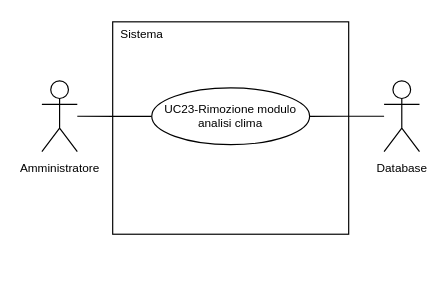
Before: 2-RTB/Documenti_esterni/Analisi_dei_requisiti/draw.io/UC23.drawio in SnakeByteTeam/snakebyteteam.github.io, a draw.io diagram. Source tidied: cells renumbered, new cells numbered last; positions are measured from the earlier drawing's top-left corner, leaving out a move shared by most shapes. Both pictures are drawn from the tidied source at 118%, with x=0, y=0 at pixel (41, 21).
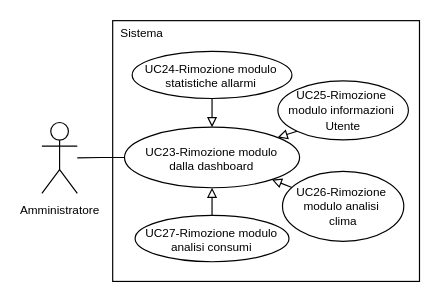
The same diagram, later.

The edit, as a diff of the source:
```diff
@@
 <mxGraphModel>
   <root>
     <mxCell id="0" />
     <mxCell id="1" parent="0" />
     <mxCell id="2" value="&lt;font style=&quot;font-size: 10px; line-height: 100%;&quot;&gt;Amministratore&lt;/font&gt;" style="shape=umlActor;verticalLabelPosition=bottom;verticalAlign=top;html=1;outlineConnect=0;" parent="1" vertex="1">
-      <mxGeometry y="50" width="30" height="60" as="geometry" />
+      <mxGeometry y="85.3" width="30" height="60" as="geometry" />
     </mxCell>
     <mxCell id="3" style="rounded=0;whiteSpace=wrap;html=1;" parent="1" vertex="1">
-      <mxGeometry x="60" width="200" height="180" as="geometry" />
+      <mxGeometry x="60" y="-1" width="260" height="221" as="geometry" />
     </mxCell>
     <mxCell id="4" style="edgeStyle=orthogonalEdgeStyle;rounded=0;jettySize=auto;html=1;exitX=0;exitY=0.5;exitDx=0;exitDy=0;endArrow=none;endFill=0;" parent="1" edge="1" source="5" target="2">
       <mxGeometry relative="1" as="geometry" />
     </mxCell>
-    <mxCell id="5" value="&lt;div style=&quot;line-height: 100%;&quot;&gt;&lt;font style=&quot;line-height: 100%; font-size: 10px;&quot;&gt;UC23-Rimozione modulo&lt;/font&gt;&lt;/div&gt;&lt;div style=&quot;line-height: 100%;&quot;&gt;&lt;span style=&quot;font-size: 10px;&quot;&gt;analisi clima&lt;/span&gt;&lt;/div&gt;" style="ellipse;whiteSpace=wrap;html=1;" parent="1" vertex="1">
-      <mxGeometry x="93.1" y="56" width="133.8" height="48.1" as="geometry" />
+    <mxCell id="5" value="&lt;div style=&quot;line-height: 100%;&quot;&gt;&lt;font style=&quot;line-height: 100%; font-size: 10px;&quot;&gt;UC23-Rimozione modulo&lt;/font&gt;&lt;/div&gt;&lt;div style=&quot;line-height: 100%;&quot;&gt;&lt;font style=&quot;line-height: 100%; font-size: 10px;&quot;&gt;dalla dashboard&lt;/font&gt;&lt;/div&gt;" style="ellipse;whiteSpace=wrap;html=1;" parent="1" vertex="1">
+      <mxGeometry x="70" y="89.3" width="148.4" height="51.3" as="geometry" />
     </mxCell>
     <mxCell id="6" value="&lt;font style=&quot;font-size: 10px;&quot;&gt;Sistema&lt;/font&gt;" style="text;html=1;whiteSpace=wrap;strokeColor=none;fillColor=none;align=center;verticalAlign=middle;rounded=0;" parent="1" vertex="1">
-      <mxGeometry x="60" width="50" height="20" as="geometry" />
+      <mxGeometry x="60" y="-1" width="50" height="20" as="geometry" />
     </mxCell>
-    <mxCell id="7" style="edgeStyle=orthogonalEdgeStyle;rounded=0;jettySize=auto;html=1;entryX=1;entryY=0.5;entryDx=0;entryDy=0;endArrow=none;endFill=0;" parent="1" edge="1" source="8" target="5">
-      <mxGeometry relative="1" as="geometry" />
-    </mxCell>
-    <mxCell id="8" value="&lt;font style=&quot;font-size: 10px; line-height: 100%;&quot;&gt;Database&lt;/font&gt;" style="shape=umlActor;verticalLabelPosition=bottom;verticalAlign=top;html=1;outlineConnect=0;" parent="1" vertex="1">
-      <mxGeometry x="290" y="50" width="30" height="60" as="geometry" />
-    </mxCell>
+    <mxCell id="9" value="&lt;div style=&quot;line-height: 100%;&quot;&gt;&lt;font style=&quot;line-height: 100%; font-size: 10px;&quot;&gt;UC24-Rimozione modulo&lt;/font&gt;&lt;/div&gt;&lt;div style=&quot;line-height: 100%;&quot;&gt;&lt;font style=&quot;line-height: 100%; font-size: 10px;&quot;&gt;statistiche allarmi&lt;/font&gt;&lt;/div&gt;" style="ellipse;whiteSpace=wrap;html=1;" parent="1" vertex="1">
+      <mxGeometry x="76.5" y="25" width="135.4" height="40" as="geometry" />
+    </mxCell>
+    <mxCell id="10" value="&lt;div style=&quot;line-height: 100%;&quot;&gt;&lt;span style=&quot;font-size: 10px;&quot;&gt;UC25-Rimozione&amp;nbsp;&lt;/span&gt;&lt;/div&gt;&lt;div style=&quot;line-height: 100%;&quot;&gt;&lt;span style=&quot;font-size: 10px;&quot;&gt;modulo informazioni&amp;nbsp;&lt;/span&gt;&lt;/div&gt;&lt;div style=&quot;line-height: 100%;&quot;&gt;&lt;span style=&quot;font-size: 10px;&quot;&gt;Utente&lt;/span&gt;&lt;/div&gt;" style="ellipse;whiteSpace=wrap;html=1;" parent="1" vertex="1">
+      <mxGeometry x="200" y="50" width="110.6" height="50" as="geometry" />
+    </mxCell>
+    <mxCell id="11" style="endArrow=block;endFill=0;endSize=6;html=1;rounded=0;exitX=0.5;exitY=1;exitDx=0;exitDy=0;entryX=0.5;entryY=0;entryDx=0;entryDy=0;" parent="1" edge="1" source="9" target="5">
+      <mxGeometry relative="1" as="geometry" />
+    </mxCell>
+    <mxCell id="12" style="endArrow=block;endFill=0;endSize=6;html=1;rounded=0;exitX=0;exitY=1;exitDx=0;exitDy=0;" parent="1" edge="1" source="10" target="5">
+      <mxGeometry relative="1" as="geometry" />
+    </mxCell>
+    <mxCell id="13" style="rounded=0;jettySize=auto;html=1;endArrow=block;endFill=0;endSize=6;" parent="1" edge="1" source="14" target="5">
+      <mxGeometry relative="1" as="geometry" />
+    </mxCell>
+    <mxCell id="14" value="&lt;div style=&quot;line-height: 100%;&quot;&gt;&lt;font style=&quot;line-height: 100%; font-size: 10px;&quot;&gt;UC26-Rimozione&amp;nbsp;&lt;/font&gt;&lt;/div&gt;&lt;div style=&quot;line-height: 100%;&quot;&gt;&lt;font style=&quot;line-height: 100%; font-size: 10px;&quot;&gt;modulo&amp;nbsp;&lt;/font&gt;&lt;span style=&quot;font-size: 10px; background-color: transparent; color: light-dark(rgb(0, 0, 0), rgb(255, 255, 255));&quot;&gt;analisi&amp;nbsp;&lt;/span&gt;&lt;/div&gt;&lt;div style=&quot;line-height: 100%;&quot;&gt;&lt;font style=&quot;line-height: 100%; font-size: 10px;&quot;&gt;clima&lt;/font&gt;&lt;/div&gt;" style="ellipse;whiteSpace=wrap;html=1;" parent="1" vertex="1">
+      <mxGeometry x="203.9" y="126.7" width="102.8" height="59.3" as="geometry" />
+    </mxCell>
+    <mxCell id="15" style="rounded=0;jettySize=auto;html=1;endArrow=block;endFill=0;endSize=6;" parent="1" edge="1" source="16" target="5">
+      <mxGeometry relative="1" as="geometry" />
+    </mxCell>
+    <mxCell id="16" value="&lt;div style=&quot;line-height: 100%;&quot;&gt;&lt;font style=&quot;line-height: 100%; font-size: 10px;&quot;&gt;UC27-Rimozione modulo&lt;/font&gt;&lt;/div&gt;&lt;div style=&quot;line-height: 100%;&quot;&gt;&lt;font style=&quot;line-height: 100%; font-size: 10px;&quot;&gt;analisi consumi&lt;/font&gt;&lt;/div&gt;" style="ellipse;whiteSpace=wrap;html=1;" parent="1" vertex="1">
+      <mxGeometry x="79" y="164" width="130.4" height="39.3" as="geometry" />
+    </mxCell>
   </root>
 </mxGraphModel>
```
